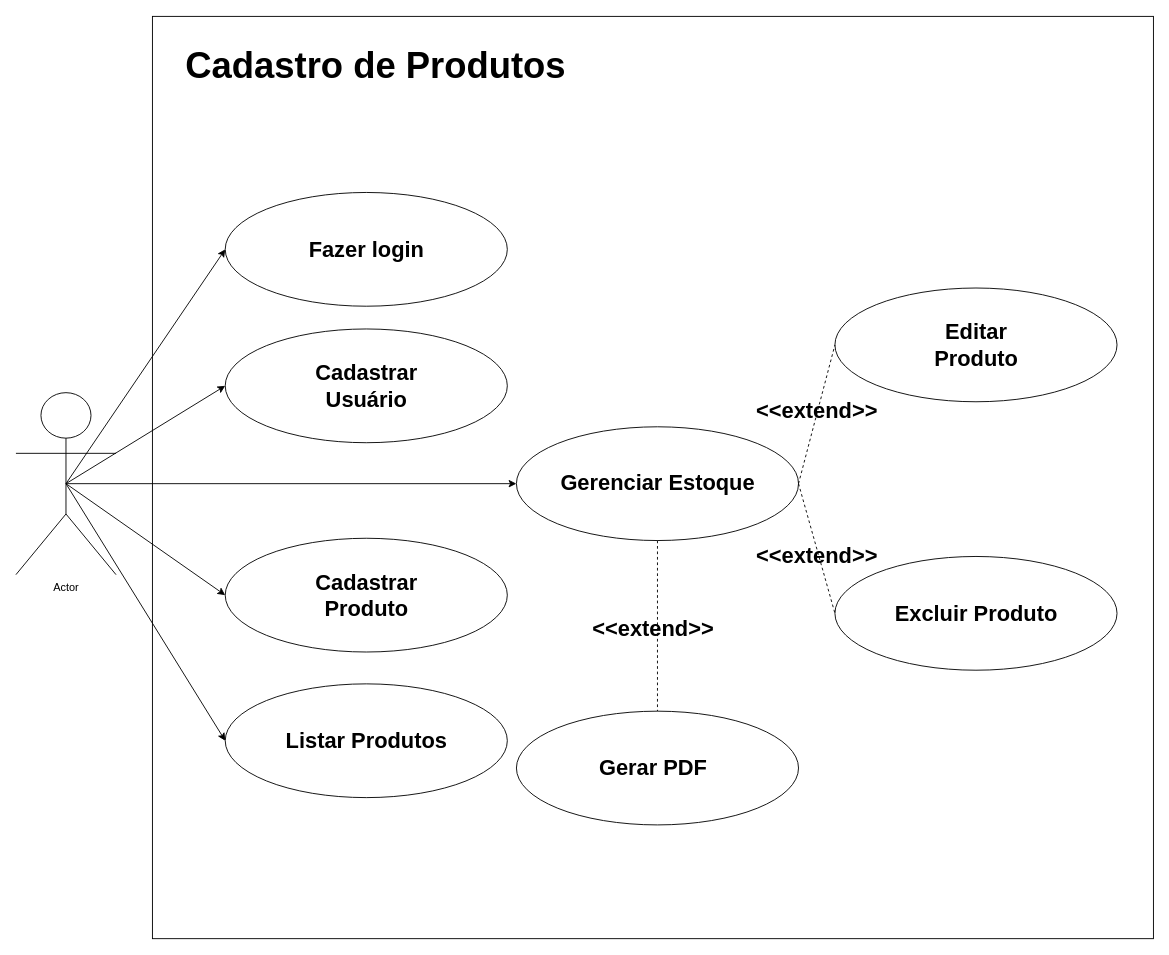
Before: diagrama_caso_de_uso.drawio in ImpactPark/Cadastro_Produtos, a draw.io diagram. Source tidied: cells renumbered, new cells numbered last; positions are measured from the earlier drawing's top-left corner, leaving out a move shared by most shapes. Both pictures are drawn from the tidied source at 91%, with x=0, y=0 at pixel (15, 15).
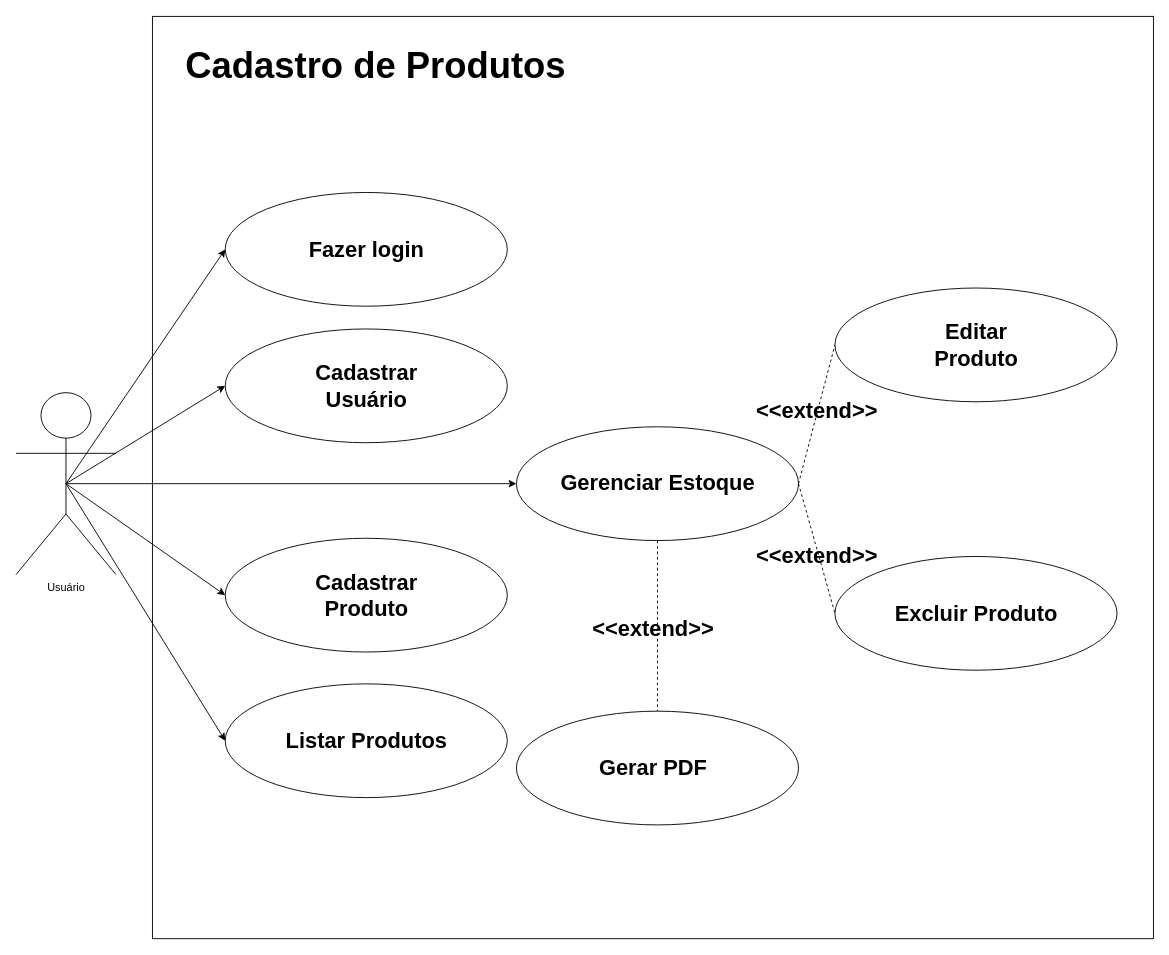
The same page after the edit.

The edit, as a diff of the source:
```diff
@@
-    <mxCell id="3" value="Actor" style="shape=umlActor;verticalLabelPosition=bottom;verticalAlign=top;html=1;outlineConnect=0;" parent="1" vertex="1">
+    <mxCell id="3" value="Usuário" style="shape=umlActor;verticalLabelPosition=bottom;verticalAlign=top;html=1;outlineConnect=0;" parent="1" vertex="1">
       <mxGeometry y="414" width="110" height="200" as="geometry" />
     </mxCell>
```
